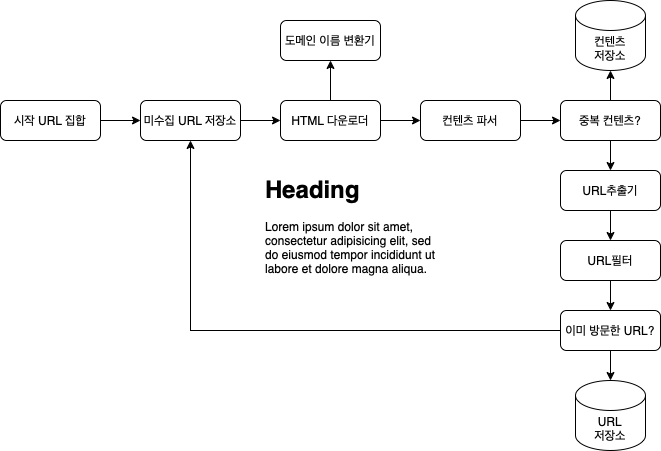
Before: imgs/SSAFY/9_2.drawio.png, a diagram exported from draw.io (armitagenaver/cdns). Source tidied: cells renumbered, new cells last; positions are measured from the earlier drawing's top-left corner, leaving out a move shared by most shapes.
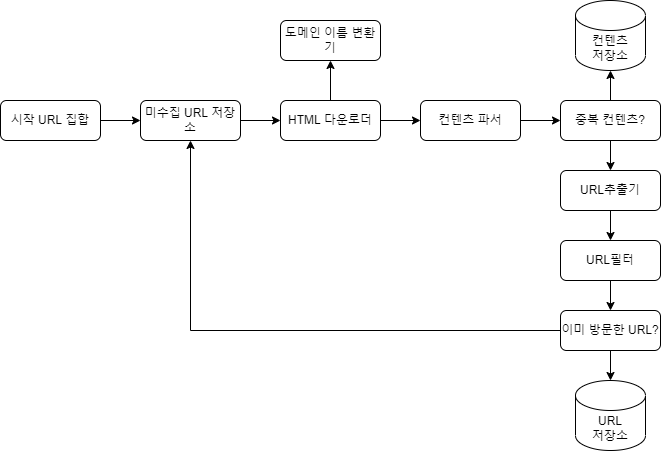
After the commit.

Commit message:
9_2.drawio.png이 추가되었습니다.

What changed in the source:
```diff
@@ -68,8 +68,5 @@
     <mxCell id="23" value="URL&lt;br&gt;저장소" style="shape=cylinder3;whiteSpace=wrap;html=1;boundedLbl=1;backgroundOutline=1;size=15;" parent="1" vertex="1">
       <mxGeometry x="575" y="380" width="70" height="70" as="geometry" />
     </mxCell>
-    <mxCell id="24" value="&lt;h1&gt;Heading&lt;/h1&gt;&lt;p&gt;Lorem ipsum dolor sit amet, consectetur adipisicing elit, sed do eiusmod tempor incididunt ut labore et dolore magna aliqua.&lt;/p&gt;" style="text;html=1;strokeColor=none;fillColor=none;spacing=5;spacingTop=-20;whiteSpace=wrap;overflow=hidden;rounded=0;" parent="1" vertex="1">
-      <mxGeometry x="260" y="170" width="190" height="120" as="geometry" />
-    </mxCell>
   </root>
 </mxGraphModel>
```
